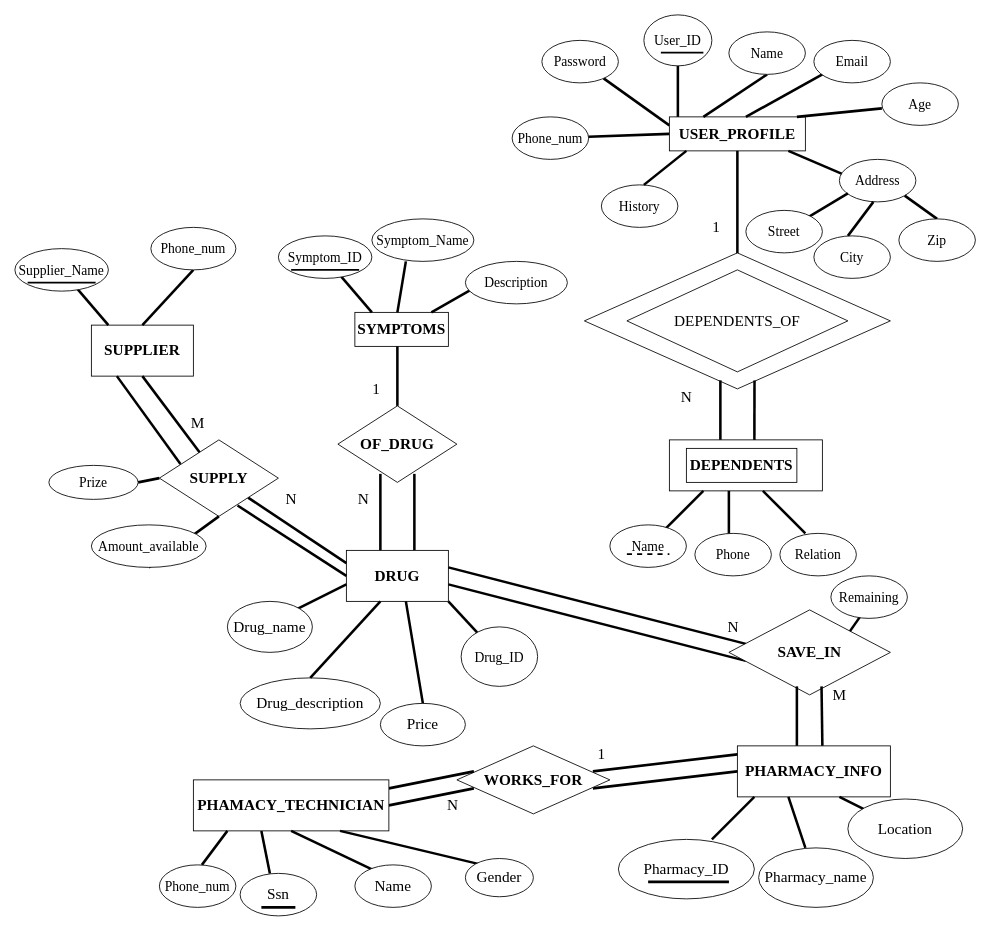
Earlier version of the draw.io diagram sec_ver.drawio (Dormiveglia-elf/CSC261-Database). Source tidied: cells renumbered, new cells numbered last; positions are measured from the earlier drawing's top-left corner, leaving out a move shared by most shapes. Both pictures are drawn from the tidied source at 85%, with x=0, y=0 at pixel (14, 14).
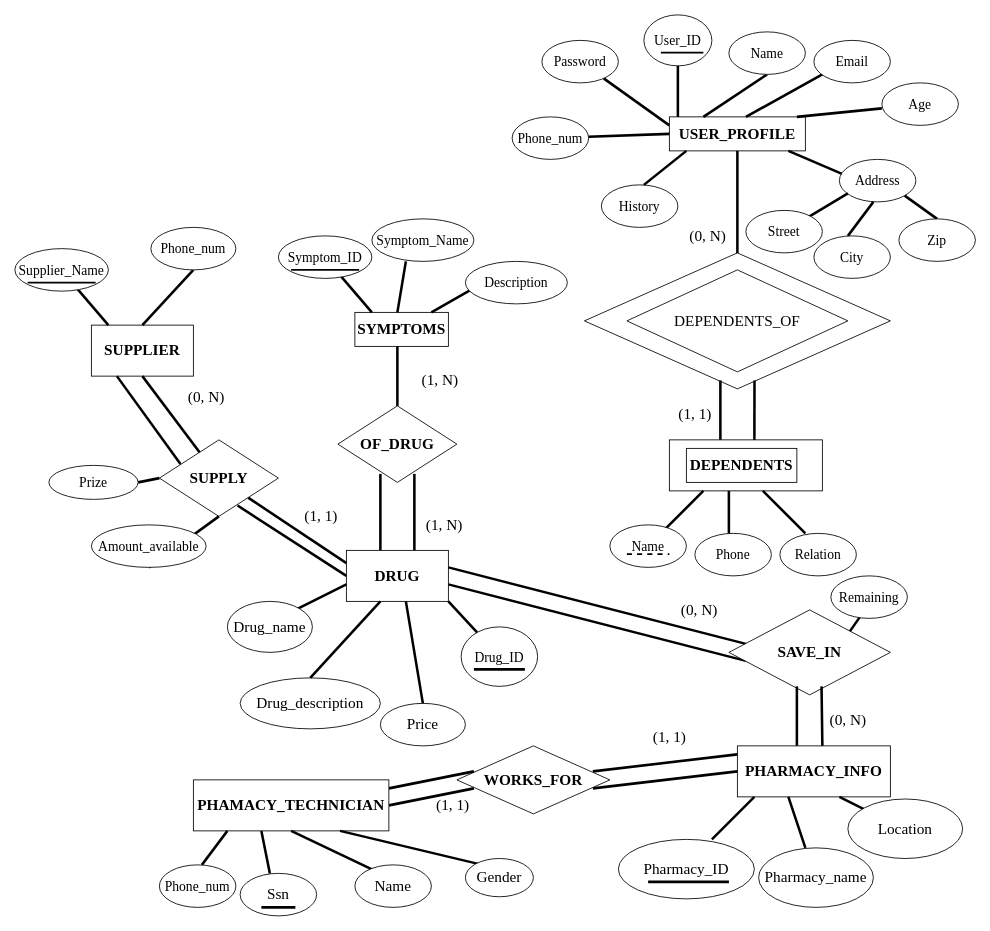
After the change.

The edit, as a diff of the source:
```diff
@@
-    <mxCell id="43" value="1" style="text;html=1;align=center;verticalAlign=middle;strokeColor=none;fillColor=none;fontSize=18;fontFamily=Times New Roman;" parent="1" vertex="1">
-      <mxGeometry x="810" y="230" width="30" height="40" as="geometry" />
+    <mxCell id="43" value="(0, N)" style="text;html=1;align=center;verticalAlign=middle;strokeColor=none;fillColor=none;fontSize=18;fontFamily=Times New Roman;" parent="1" vertex="1">
+      <mxGeometry x="780" y="240" width="70" height="40" as="geometry" />
     </mxCell>
-    <mxCell id="44" value="N" style="text;html=1;align=center;verticalAlign=middle;strokeColor=none;fillColor=none;fontSize=18;fontFamily=Times New Roman;" parent="1" vertex="1">
-      <mxGeometry x="770" y="430" width="40" height="40" as="geometry" />
+    <mxCell id="44" value="(1, 1)" style="text;html=1;align=center;verticalAlign=middle;strokeColor=none;fillColor=none;fontSize=18;fontFamily=Times New Roman;" parent="1" vertex="1">
+      <mxGeometry x="770" y="450" width="60" height="40" as="geometry" />
     </mxCell>
@@
-    <mxCell id="56" value="1" style="text;html=1;align=center;verticalAlign=middle;strokeColor=none;fillColor=none;fontSize=18;fontFamily=Times New Roman;" parent="1" vertex="1">
-      <mxGeometry x="410" y="420" width="30" height="40" as="geometry" />
+    <mxCell id="56" value="(1, N)" style="text;html=1;align=center;verticalAlign=middle;strokeColor=none;fillColor=none;fontSize=18;fontFamily=Times New Roman;" parent="1" vertex="1">
+      <mxGeometry x="465" y="410" width="70" height="40" as="geometry" />
     </mxCell>
-    <mxCell id="57" value="N" style="text;html=1;align=center;verticalAlign=middle;strokeColor=none;fillColor=none;fontSize=18;fontFamily=Times New Roman;" parent="1" vertex="1">
-      <mxGeometry x="390" y="550" width="40" height="40" as="geometry" />
+    <mxCell id="57" value="(1, N)" style="text;html=1;align=center;verticalAlign=middle;strokeColor=none;fillColor=none;fontSize=18;fontFamily=Times New Roman;" parent="1" vertex="1">
+      <mxGeometry x="470" y="580" width="70" height="40" as="geometry" />
     </mxCell>
@@
-    <mxCell id="71" value="N" style="text;html=1;align=center;verticalAlign=middle;strokeColor=none;fillColor=none;fontSize=18;fontFamily=Times New Roman;" parent="1" vertex="1">
-      <mxGeometry x="825" y="700" width="40" height="40" as="geometry" />
+    <mxCell id="71" value="(0, N)" style="text;html=1;align=center;verticalAlign=middle;strokeColor=none;fillColor=none;fontSize=18;fontFamily=Times New Roman;" parent="1" vertex="1">
+      <mxGeometry x="770" y="680" width="70" height="40" as="geometry" />
     </mxCell>
@@
-    <mxCell id="82" value="M" style="text;html=1;align=center;verticalAlign=middle;strokeColor=none;fillColor=none;fontSize=18;fontFamily=Times New Roman;" parent="1" vertex="1">
-      <mxGeometry x="950" y="780" width="40" height="40" as="geometry" />
+    <mxCell id="82" value="(0, N)" style="text;html=1;align=center;verticalAlign=middle;strokeColor=none;fillColor=none;fontSize=18;fontFamily=Times New Roman;" parent="1" vertex="1">
+      <mxGeometry x="945" y="810" width="70" height="40" as="geometry" />
     </mxCell>
@@
-    <mxCell id="86" value="1" style="text;html=1;align=center;verticalAlign=middle;strokeColor=none;fillColor=none;fontSize=18;fontFamily=Times New Roman;" parent="1" vertex="1">
-      <mxGeometry x="675" y="850" width="30" height="40" as="geometry" />
+    <mxCell id="86" value="(1, 1)" style="text;html=1;align=center;verticalAlign=middle;strokeColor=none;fillColor=none;fontSize=18;fontFamily=Times New Roman;" parent="1" vertex="1">
+      <mxGeometry x="740" y="830" width="60" height="40" as="geometry" />
     </mxCell>
@@
-    <mxCell id="90" value="N" style="text;html=1;align=center;verticalAlign=middle;strokeColor=none;fillColor=none;fontSize=18;fontFamily=Times New Roman;" parent="1" vertex="1">
-      <mxGeometry x="495" y="910" width="40" height="40" as="geometry" />
+    <mxCell id="90" value="(1, 1)" style="text;html=1;align=center;verticalAlign=middle;strokeColor=none;fillColor=none;fontSize=18;fontFamily=Times New Roman;" parent="1" vertex="1">
+      <mxGeometry x="485" y="910" width="60" height="40" as="geometry" />
     </mxCell>
@@
-    <mxCell id="107" value="M" style="text;html=1;align=center;verticalAlign=middle;strokeColor=none;fillColor=none;fontSize=18;fontFamily=Times New Roman;" parent="1" vertex="1">
-      <mxGeometry x="195" y="460" width="40" height="40" as="geometry" />
+    <mxCell id="107" value="(0, N)" style="text;html=1;align=center;verticalAlign=middle;strokeColor=none;fillColor=none;fontSize=18;fontFamily=Times New Roman;" parent="1" vertex="1">
+      <mxGeometry x="190" y="430" width="70" height="40" as="geometry" />
     </mxCell>
-    <mxCell id="108" value="N" style="text;html=1;align=center;verticalAlign=middle;strokeColor=none;fillColor=none;fontSize=18;fontFamily=Times New Roman;" parent="1" vertex="1">
-      <mxGeometry x="305" y="550" width="40" height="40" as="geometry" />
+    <mxCell id="108" value="(1, 1)" style="text;html=1;align=center;verticalAlign=middle;strokeColor=none;fillColor=none;fontSize=18;fontFamily=Times New Roman;" parent="1" vertex="1">
+      <mxGeometry x="330" y="570" width="60" height="40" as="geometry" />
     </mxCell>
@@
+    <mxCell id="120" style="endArrow=none;html=1;rounded=0;strokeWidth=3;fontFamily=Times New Roman;fontSize=18;" parent="1" edge="1">
+      <mxGeometry relative="1" as="geometry">
+        <mxPoint x="540" y="770" as="sourcePoint" />
+        <mxPoint x="580" y="770" as="targetPoint" />
+        <Array as="points">
+          <mxPoint x="600" y="770" />
+        </Array>
+      </mxGeometry>
+    </mxCell>
```
